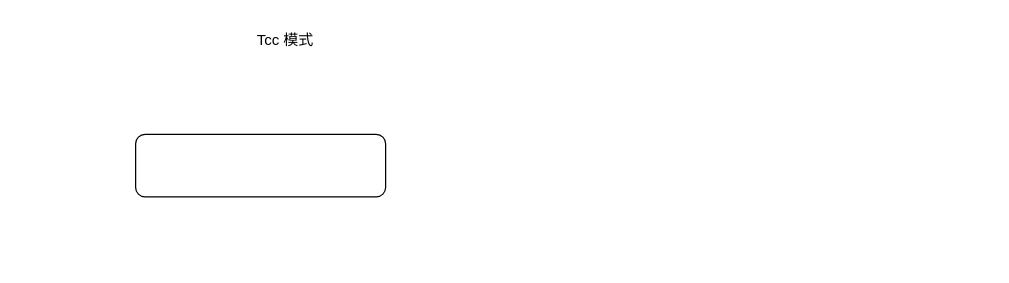
This is 未命名绘图.drawio from zhgao/fromMac, a draw.io file, before an edit. Source tidied: cells renumbered, new cells numbered last; positions are measured from the earlier drawing's top-left corner, leaving out a move shared by most shapes. Both pictures are drawn from the tidied source at 125%, with x=0, y=0 at pixel (135, 21).
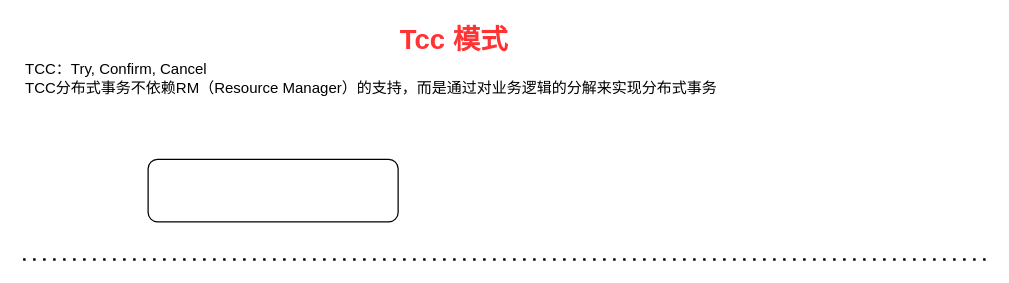
The same page after the edit.

Diff of the diagram source:
```diff
@@
 <mxGraphModel>
   <root>
     <mxCell id="0" />
     <mxCell id="1" parent="0" />
     <mxCell id="2" style="rounded=1;whiteSpace=wrap;html=1;" parent="1" vertex="1">
-      <mxGeometry y="90" width="200" height="50" as="geometry" />
+      <mxGeometry x="10" y="110" width="200" height="50" as="geometry" />
     </mxCell>
-    <mxCell id="3" value="Tcc 模式" style="text;html=1;align=center;verticalAlign=middle;whiteSpace=wrap;rounded=0;" parent="1" vertex="1">
-      <mxGeometry x="90" width="60" height="30" as="geometry" />
+    <mxCell id="3" value="&lt;b&gt;&lt;font style=&quot;font-size: 22px;&quot; color=&quot;#ff3333&quot;&gt;Tcc 模式&lt;/font&gt;&lt;/b&gt;" style="text;html=1;align=center;verticalAlign=middle;whiteSpace=wrap;rounded=0;" parent="1" vertex="1">
+      <mxGeometry x="90" width="330" height="30" as="geometry" />
     </mxCell>
+    <mxCell id="4" style="endArrow=none;dashed=1;html=1;dashPattern=1 3;strokeWidth=2;rounded=0;" parent="1" edge="1">
+      <mxGeometry relative="1" as="geometry">
+        <mxPoint x="-90" y="190" as="sourcePoint" />
+        <mxPoint x="680" y="190" as="targetPoint" />
+      </mxGeometry>
+    </mxCell>
+    <mxCell id="5" value="TCC：Try, Confirm, Cancel&lt;div&gt;TCC分布式事务不依赖RM（Resource Manager）的支持，而是通过对业务逻辑的分解来实现分布式事务&lt;/div&gt;" style="text;html=1;align=left;verticalAlign=middle;whiteSpace=wrap;rounded=0;" parent="1" vertex="1">
+      <mxGeometry x="-90" y="30" width="570" height="30" as="geometry" />
+    </mxCell>
   </root>
 </mxGraphModel>
```
